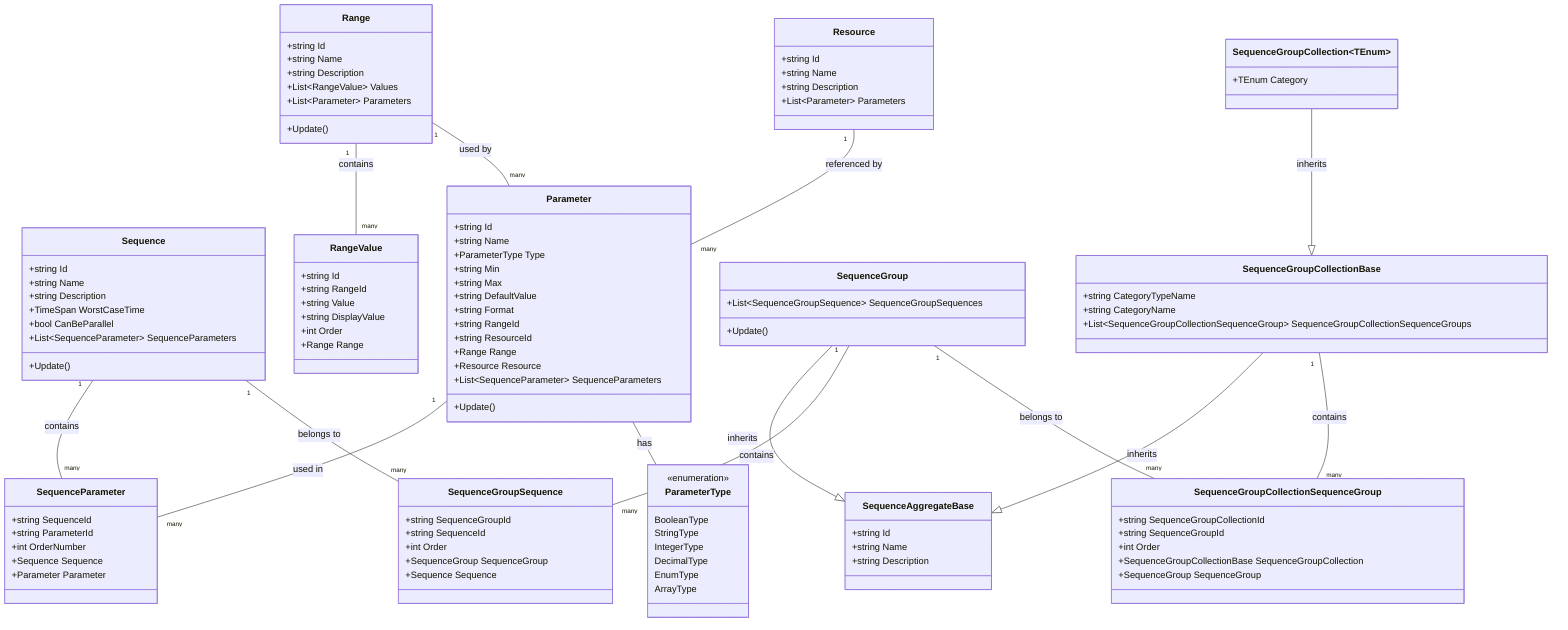
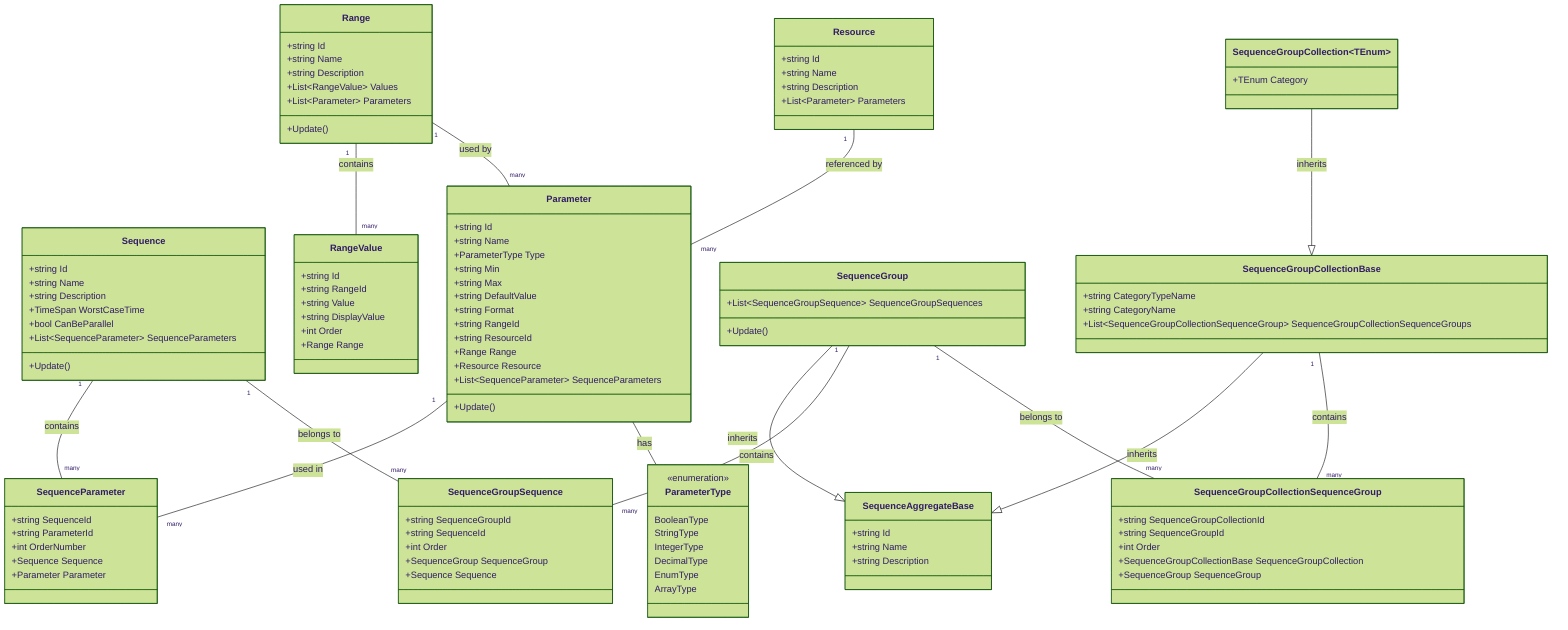
+ %%{init: {'theme': 'forest', 'backgroundColor': '#FFFFFF'} }%%
+ 
+ 
classDiagram
    class SequenceAggregateBase {
        +string Id
        +string Name
        +string Description
    }

    class Sequence {
        +string Id
        +string Name
        +string Description
        +TimeSpan WorstCaseTime
        +bool CanBeParallel
        +List~SequenceParameter~ SequenceParameters
        +Update()
    }

    class Parameter {
        +string Id
        +string Name
        +ParameterType Type
        +string Min
        +string Max
        +string DefaultValue
        +string Format
        +string RangeId
        +string ResourceId
        +Range Range
        +Resource Resource
        +List~SequenceParameter~ SequenceParameters
        +Update()
    }

    class SequenceParameter {
        +string SequenceId
        +string ParameterId
        +int OrderNumber
        +Sequence Sequence
        +Parameter Parameter
    }

    class Range {
        +string Id
        +string Name
        +string Description
        +List~RangeValue~ Values
        +List~Parameter~ Parameters
        +Update()
    }

    class RangeValue {
        +string Id
        +string RangeId
        +string Value
        +string DisplayValue
        +int Order
        +Range Range
    }

    class Resource {
        +string Id
        +string Name
        +string Description
        +List~Parameter~ Parameters
    }

    class SequenceGroup {
        +List~SequenceGroupSequence~ SequenceGroupSequences
        +Update()
    }

    class SequenceGroupSequence {
        +string SequenceGroupId
        +string SequenceId
        +int Order
        +SequenceGroup SequenceGroup
        +Sequence Sequence
    }

    class SequenceGroupCollectionBase {
        +string CategoryTypeName
        +string CategoryName
        +List~SequenceGroupCollectionSequenceGroup~ SequenceGroupCollectionSequenceGroups
    }

    class SequenceGroupCollection~TEnum~ {
        +TEnum Category
    }

    class SequenceGroupCollectionSequenceGroup {
        +string SequenceGroupCollectionId
        +string SequenceGroupId
        +int Order
        +SequenceGroupCollectionBase SequenceGroupCollection
        +SequenceGroup SequenceGroup
    }

    class ParameterType {
        <<enumeration>>
        BooleanType
        StringType
        IntegerType
        DecimalType
        EnumType
        ArrayType
    }

    SequenceGroup --|> SequenceAggregateBase : inherits
    SequenceGroupCollectionBase --|> SequenceAggregateBase : inherits
    SequenceGroupCollection~TEnum~ --|> SequenceGroupCollectionBase : inherits

    Sequence "1" -- "many" SequenceParameter : contains
    Parameter "1" -- "many" SequenceParameter : used in
    SequenceGroup "1" -- "many" SequenceGroupSequence : contains
    Sequence "1" -- "many" SequenceGroupSequence : belongs to
    Range "1" -- "many" RangeValue : contains
    Range "1" -- "many" Parameter : used by
    Resource "1" -- "many" Parameter : referenced by
    Parameter -- ParameterType : has
    SequenceGroupCollectionBase "1" -- "many" SequenceGroupCollectionSequenceGroup : contains
    SequenceGroup "1" -- "many" SequenceGroupCollectionSequenceGroup : belongs to